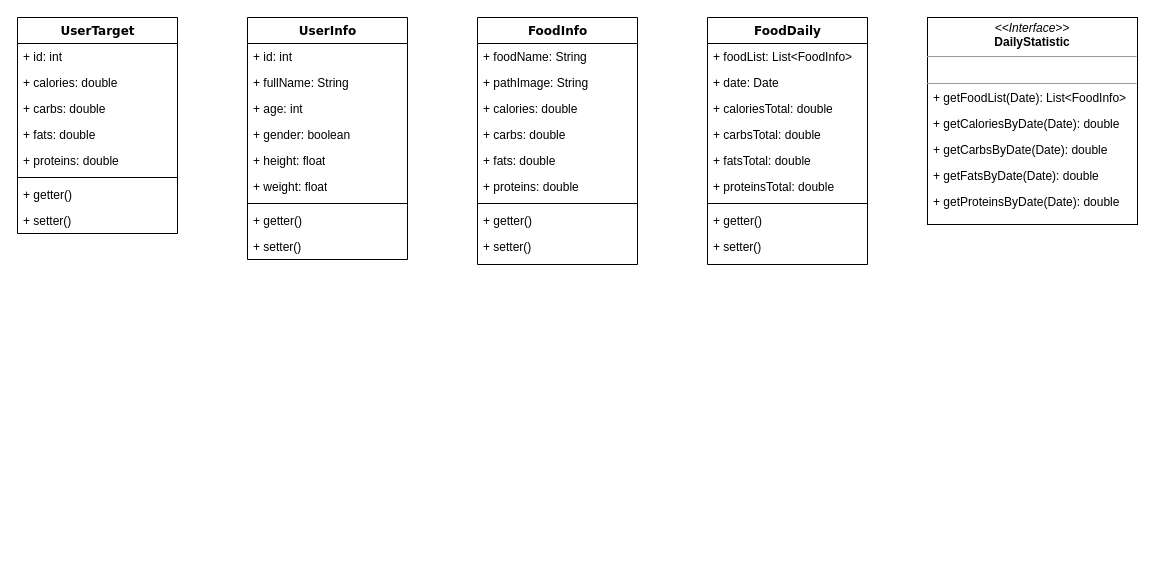
tuanlinhtl17/food_classification keeps this draw.io diagram as documents/ClassAnalysis.drawio. Above is the earlier version. Source tidied: cells renumbered, new cells numbered last; positions are measured from the earlier drawing's top-left corner, leaving out a move shared by most shapes. Both pictures are drawn from the tidied source at 100%, with x=0, y=0 at pixel (17, 17).
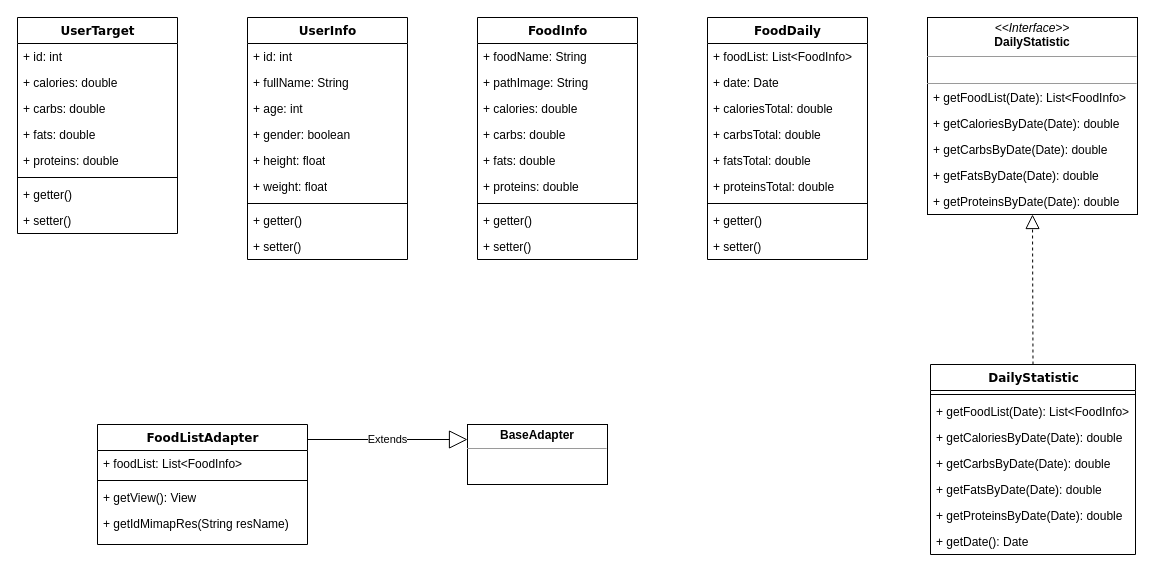
The same page after the edit.

What changed in the source:
```diff
@@
     <mxCell id="12" value="FoodInfo" style="swimlane;html=1;fontStyle=1;align=center;verticalAlign=top;horizontal=1;startSize=26;swimlaneFillColor=#ffffff;rounded=0;shadow=0;comic=0;labelBackgroundColor=none;strokeWidth=1;fillColor=none;fontFamily=Verdana;fontSize=12;" parent="1" vertex="1">
-      <mxGeometry x="460" width="160" height="247" as="geometry" />
+      <mxGeometry x="460" width="160" height="242" as="geometry" />
     </mxCell>
@@
     <mxCell id="22" value="FoodDaily" style="swimlane;html=1;fontStyle=1;align=center;verticalAlign=top;horizontal=1;startSize=26;swimlaneFillColor=#ffffff;rounded=0;shadow=0;comic=0;labelBackgroundColor=none;strokeWidth=1;fillColor=none;fontFamily=Verdana;fontSize=12;" parent="1" vertex="1">
-      <mxGeometry x="690" width="160" height="247" as="geometry" />
+      <mxGeometry x="690" width="160" height="242" as="geometry" />
     </mxCell>
@@
     <mxCell id="41" value="&lt;p style=&quot;margin: 0px ; margin-top: 4px ; text-align: center&quot;&gt;&lt;i&gt;&amp;lt;&amp;lt;Interface&amp;gt;&amp;gt;&lt;/i&gt;&lt;br&gt;&lt;b&gt;DailyStatistic&lt;/b&gt;&lt;/p&gt;&lt;hr size=&quot;1&quot;&gt;&lt;p style=&quot;margin: 0px ; margin-left: 4px&quot;&gt;&lt;br&gt;&lt;/p&gt;&lt;hr size=&quot;1&quot;&gt;&lt;p style=&quot;margin: 0px ; margin-left: 4px&quot;&gt;&lt;br&gt;&lt;/p&gt;" style="verticalAlign=top;align=left;overflow=fill;fontSize=12;fontFamily=Helvetica;html=1;" parent="1" vertex="1">
-      <mxGeometry x="910" width="210" height="207" as="geometry" />
+      <mxGeometry x="910" width="210" height="197" as="geometry" />
     </mxCell>
@@
+    <mxCell id="47" value="DailyStatistic" style="swimlane;html=1;fontStyle=1;align=center;verticalAlign=top;horizontal=1;startSize=26;swimlaneFillColor=#ffffff;rounded=0;shadow=0;comic=0;labelBackgroundColor=none;strokeWidth=1;fillColor=none;fontFamily=Verdana;fontSize=12;" parent="1" vertex="1">
+      <mxGeometry x="913" y="347" width="205" height="190" as="geometry" />
+    </mxCell>
+    <mxCell id="48" style="line;html=1;strokeWidth=1;fillColor=none;align=left;verticalAlign=middle;spacingTop=-1;spacingLeft=3;spacingRight=3;labelPosition=right;" parent="47" vertex="1">
+      <mxGeometry y="26" width="205" height="8" as="geometry" />
+    </mxCell>
+    <mxCell id="49" value="+&amp;nbsp;&lt;span style=&quot;white-space: nowrap&quot;&gt;getFoodList(Date): List&amp;lt;FoodInfo&amp;gt;&lt;/span&gt;" style="text;html=1;strokeColor=none;fillColor=none;align=left;verticalAlign=top;spacingLeft=4;spacingRight=4;whiteSpace=wrap;overflow=hidden;" parent="47" vertex="1">
+      <mxGeometry y="34" width="205" height="26" as="geometry" />
+    </mxCell>
+    <mxCell id="50" value="+&amp;nbsp;&lt;span style=&quot;white-space: nowrap&quot;&gt;getCaloriesByDate(Date): double&lt;/span&gt;" style="text;html=1;strokeColor=none;fillColor=none;align=left;verticalAlign=top;spacingLeft=4;spacingRight=4;whiteSpace=wrap;overflow=hidden;" parent="47" vertex="1">
+      <mxGeometry y="60" width="205" height="26" as="geometry" />
+    </mxCell>
+    <mxCell id="51" value="+&amp;nbsp;&lt;span style=&quot;white-space: nowrap&quot;&gt;getCarbsByDate(Date): double&lt;/span&gt;" style="text;html=1;strokeColor=none;fillColor=none;align=left;verticalAlign=top;spacingLeft=4;spacingRight=4;whiteSpace=wrap;overflow=hidden;" parent="47" vertex="1">
+      <mxGeometry y="86" width="205" height="26" as="geometry" />
+    </mxCell>
+    <mxCell id="52" value="+&amp;nbsp;&lt;span style=&quot;white-space: nowrap&quot;&gt;getFatsByDate(Date): double&lt;/span&gt;" style="text;html=1;strokeColor=none;fillColor=none;align=left;verticalAlign=top;spacingLeft=4;spacingRight=4;whiteSpace=wrap;overflow=hidden;" parent="47" vertex="1">
+      <mxGeometry y="112" width="205" height="26" as="geometry" />
+    </mxCell>
+    <mxCell id="53" value="+&amp;nbsp;&lt;span style=&quot;white-space: nowrap&quot;&gt;getProteinsByDate(Date): double&lt;/span&gt;" style="text;html=1;strokeColor=none;fillColor=none;align=left;verticalAlign=top;spacingLeft=4;spacingRight=4;whiteSpace=wrap;overflow=hidden;" parent="47" vertex="1">
+      <mxGeometry y="138" width="205" height="26" as="geometry" />
+    </mxCell>
+    <mxCell id="54" value="+&amp;nbsp;&lt;span style=&quot;white-space: nowrap&quot;&gt;getDate(): Date&lt;/span&gt;" style="text;html=1;strokeColor=none;fillColor=none;align=left;verticalAlign=top;spacingLeft=4;spacingRight=4;whiteSpace=wrap;overflow=hidden;" parent="47" vertex="1">
+      <mxGeometry y="164" width="205" height="26" as="geometry" />
+    </mxCell>
+    <mxCell id="55" style="endArrow=block;dashed=1;endFill=0;endSize=12;html=1;entryX=0.5;entryY=1;entryDx=0;entryDy=0;exitX=0.5;exitY=0;exitDx=0;exitDy=0;" parent="1" edge="1" source="47" target="41">
+      <mxGeometry relative="1" as="geometry" />
+    </mxCell>
+    <mxCell id="56" value="FoodListAdapter" style="swimlane;html=1;fontStyle=1;align=center;verticalAlign=top;horizontal=1;startSize=26;swimlaneFillColor=#ffffff;rounded=0;shadow=0;comic=0;labelBackgroundColor=none;strokeWidth=1;fillColor=none;fontFamily=Verdana;fontSize=12;" parent="1" vertex="1">
+      <mxGeometry x="80" y="407" width="210" height="120" as="geometry" />
+    </mxCell>
+    <mxCell id="57" value="+ foodList: List&amp;lt;FoodInfo&amp;gt;" style="text;html=1;strokeColor=none;fillColor=none;align=left;verticalAlign=top;spacingLeft=4;spacingRight=4;whiteSpace=wrap;overflow=hidden;" parent="56" vertex="1">
+      <mxGeometry y="26" width="210" height="26" as="geometry" />
+    </mxCell>
+    <mxCell id="58" style="line;html=1;strokeWidth=1;fillColor=none;align=left;verticalAlign=middle;spacingTop=-1;spacingLeft=3;spacingRight=3;labelPosition=right;" parent="56" vertex="1">
+      <mxGeometry y="52" width="210" height="8" as="geometry" />
+    </mxCell>
+    <mxCell id="59" value="+ getView(): View" style="text;html=1;strokeColor=none;fillColor=none;align=left;verticalAlign=top;spacingLeft=4;spacingRight=4;whiteSpace=wrap;overflow=hidden;" parent="56" vertex="1">
+      <mxGeometry y="60" width="210" height="26" as="geometry" />
+    </mxCell>
+    <mxCell id="60" value="+ getIdMimapRes(String resName)" style="text;html=1;strokeColor=none;fillColor=none;align=left;verticalAlign=top;spacingLeft=4;spacingRight=4;whiteSpace=wrap;overflow=hidden;" parent="56" vertex="1">
+      <mxGeometry y="86" width="210" height="26" as="geometry" />
+    </mxCell>
+    <mxCell id="61" value="Extends" style="endArrow=block;endSize=16;endFill=0;html=1;entryX=0;entryY=0.25;entryDx=0;entryDy=0;" parent="1" edge="1" target="62">
+      <mxGeometry relative="1" as="geometry">
+        <mxPoint x="290" y="422" as="sourcePoint" />
+      </mxGeometry>
+    </mxCell>
+    <mxCell id="62" value="&lt;p style=&quot;margin: 0px ; margin-top: 4px ; text-align: center&quot;&gt;&lt;b&gt;BaseAdapter&lt;/b&gt;&lt;/p&gt;&lt;hr size=&quot;1&quot;&gt;&lt;div style=&quot;height: 2px&quot;&gt;&lt;/div&gt;" style="verticalAlign=top;align=left;overflow=fill;fontSize=12;fontFamily=Helvetica;html=1;" parent="1" vertex="1">
+      <mxGeometry x="450" y="407" width="140" height="60" as="geometry" />
+    </mxCell>
```
